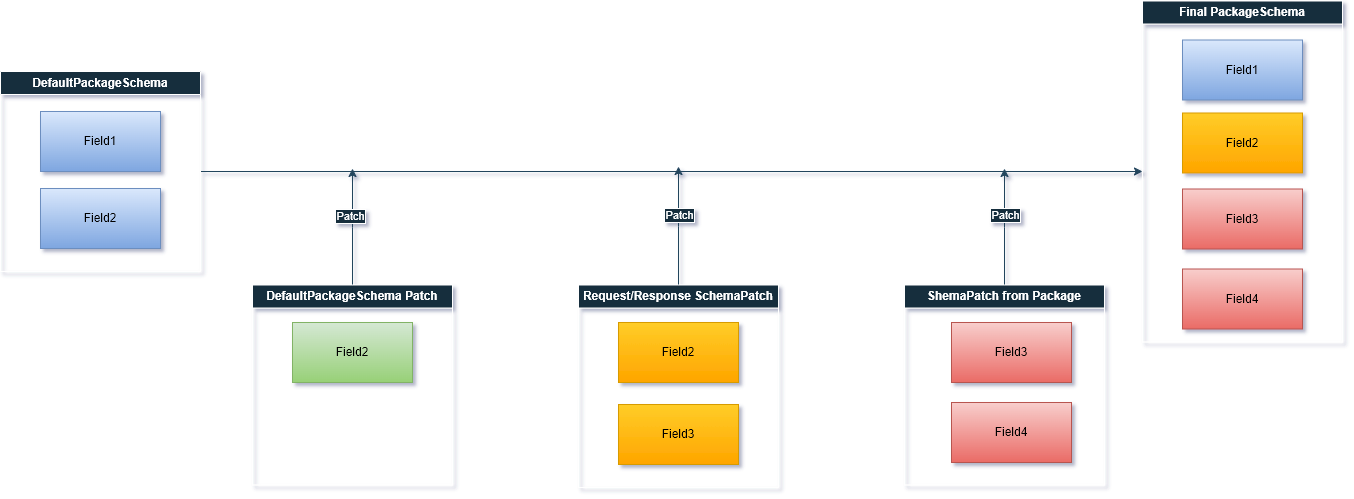
Before: docs/2-essentials/images/package-schema-patch.drawio.png, a diagram exported from draw.io (VasiliyKolihalov/FatNetLib). Source tidied: cells renumbered, new cells last; positions are measured from the earlier drawing's top-left corner, leaving out a move shared by most shapes. The source it was exported from:
```xml
<mxGraphModel shadow="1">
  <root>
    <mxCell id="0" />
    <mxCell id="1" parent="0" />
    <mxCell id="2" style="edgeStyle=orthogonalEdgeStyle;rounded=0;jettySize=auto;html=1;exitX=1;exitY=0.5;exitDx=0;exitDy=0;entryX=0;entryY=0.5;entryDx=0;entryDy=0;strokeColor=#23445D;" parent="1" edge="1" source="3" target="14">
      <mxGeometry relative="1" as="geometry" />
    </mxCell>
    <mxCell id="3" value="DefaultPackageSchema" style="swimlane;whiteSpace=wrap;html=1;swimlaneLine=1;glass=0;shadow=0;rounded=0;labelBackgroundColor=none;fillColor=#182E3E;strokeColor=#FFFFFF;fontColor=#FFFFFF;startSize=23;" parent="1" vertex="1">
      <mxGeometry y="70" width="200" height="200" as="geometry" />
    </mxCell>
    <mxCell id="4" value="Field1" style="rounded=0;whiteSpace=wrap;html=1;labelBackgroundColor=none;fillColor=#dae8fc;strokeColor=#6c8ebf;gradientColor=#7ea6e0;" parent="3" vertex="1">
      <mxGeometry x="40" y="40" width="120" height="60" as="geometry" />
    </mxCell>
    <mxCell id="5" value="Field2" style="rounded=0;whiteSpace=wrap;html=1;labelBackgroundColor=none;fillColor=#dae8fc;strokeColor=#6c8ebf;gradientColor=#7ea6e0;" parent="3" vertex="1">
      <mxGeometry x="40" y="117" width="120" height="60" as="geometry" />
    </mxCell>
    <mxCell id="6" style="edgeStyle=orthogonalEdgeStyle;rounded=0;jettySize=auto;html=1;strokeColor=#23445D;" parent="1" edge="1" source="7">
      <mxGeometry relative="1" as="geometry">
        <mxPoint x="1004" y="167" as="targetPoint" />
      </mxGeometry>
    </mxCell>
    <mxCell id="7" value="ShemaPatch from Package" style="swimlane;whiteSpace=wrap;html=1;swimlaneLine=1;glass=0;shadow=0;rounded=0;labelBackgroundColor=none;fillColor=#182E3E;strokeColor=#FFFFFF;fontColor=#FFFFFF;" parent="1" vertex="1">
      <mxGeometry x="904" y="283.5" width="200" height="200" as="geometry" />
    </mxCell>
    <mxCell id="8" value="Field3" style="rounded=0;whiteSpace=wrap;html=1;labelBackgroundColor=none;fillColor=#f8cecc;strokeColor=#b85450;gradientColor=#ea6b66;" parent="7" vertex="1">
      <mxGeometry x="47" y="37.5" width="120" height="60" as="geometry" />
    </mxCell>
    <mxCell id="9" value="Field4" style="rounded=0;whiteSpace=wrap;html=1;labelBackgroundColor=none;fillColor=#f8cecc;strokeColor=#b85450;gradientColor=#ea6b66;" parent="7" vertex="1">
      <mxGeometry x="47" y="117.5" width="120" height="60" as="geometry" />
    </mxCell>
    <mxCell id="10" style="edgeStyle=orthogonalEdgeStyle;rounded=0;jettySize=auto;html=1;strokeColor=#23445D;" parent="1" edge="1" source="11">
      <mxGeometry relative="1" as="geometry">
        <mxPoint x="678" y="165" as="targetPoint" />
      </mxGeometry>
    </mxCell>
    <mxCell id="11" value="Request/Response SchemaPatch" style="swimlane;whiteSpace=wrap;html=1;swimlaneLine=1;glass=0;shadow=0;rounded=0;labelBackgroundColor=none;fillColor=#182E3E;strokeColor=#FFFFFF;fontColor=#FFFFFF;" parent="1" vertex="1">
      <mxGeometry x="578" y="283.5" width="200" height="202.5" as="geometry" />
    </mxCell>
    <mxCell id="12" value="Field2" style="rounded=0;whiteSpace=wrap;html=1;labelBackgroundColor=none;fillColor=#ffcd28;strokeColor=#d79b00;gradientColor=#ffa500;" parent="11" vertex="1">
      <mxGeometry x="40" y="37.5" width="120" height="60" as="geometry" />
    </mxCell>
    <mxCell id="13" value="Field3" style="rounded=0;whiteSpace=wrap;html=1;labelBackgroundColor=none;fillColor=#ffcd28;strokeColor=#d79b00;gradientColor=#ffa500;" parent="11" vertex="1">
      <mxGeometry x="40" y="119.5" width="120" height="60" as="geometry" />
    </mxCell>
    <mxCell id="14" value="Final PackageSchema" style="swimlane;whiteSpace=wrap;html=1;swimlaneLine=1;glass=0;shadow=0;rounded=0;labelBackgroundColor=none;fillColor=#182E3E;strokeColor=#FFFFFF;fontColor=#FFFFFF;" parent="1" vertex="1">
      <mxGeometry x="1142" y="-0.5" width="200" height="341" as="geometry" />
    </mxCell>
    <mxCell id="15" value="Field1" style="rounded=0;whiteSpace=wrap;html=1;labelBackgroundColor=none;fillColor=#dae8fc;strokeColor=#6c8ebf;gradientColor=#7ea6e0;" parent="14" vertex="1">
      <mxGeometry x="40" y="39" width="120" height="60" as="geometry" />
    </mxCell>
    <mxCell id="16" value="Field2" style="rounded=0;whiteSpace=wrap;html=1;labelBackgroundColor=none;fillColor=#ffcd28;strokeColor=#d79b00;gradientColor=#ffa500;" parent="14" vertex="1">
      <mxGeometry x="40" y="112" width="120" height="60" as="geometry" />
    </mxCell>
    <mxCell id="17" value="Field3" style="rounded=0;whiteSpace=wrap;html=1;labelBackgroundColor=none;fillColor=#f8cecc;strokeColor=#b85450;gradientColor=#ea6b66;" parent="14" vertex="1">
      <mxGeometry x="40" y="188" width="120" height="60" as="geometry" />
    </mxCell>
    <mxCell id="18" value="Field4" style="rounded=0;whiteSpace=wrap;html=1;labelBackgroundColor=none;fillColor=#f8cecc;strokeColor=#b85450;gradientColor=#ea6b66;" parent="14" vertex="1">
      <mxGeometry x="40" y="268" width="120" height="60" as="geometry" />
    </mxCell>
    <mxCell id="19" style="edgeStyle=orthogonalEdgeStyle;rounded=0;jettySize=auto;html=1;strokeColor=#23445D;" parent="1" edge="1" source="21">
      <mxGeometry relative="1" as="geometry">
        <mxPoint x="352" y="167" as="targetPoint" />
      </mxGeometry>
    </mxCell>
    <mxCell id="20" value="Patch" style="edgeLabel;html=1;align=center;verticalAlign=middle;fontColor=#FFFFFF;labelBackgroundColor=#182E3E;labelBorderColor=#FFFFFF;" parent="19" vertex="1">
      <mxGeometry x="0.1" y="-1" relative="1" as="geometry">
        <mxPoint x="-4" y="-5" as="offset" />
      </mxGeometry>
    </mxCell>
    <mxCell id="21" value="DefaultPackageSchema Patch" style="swimlane;whiteSpace=wrap;html=1;swimlaneLine=1;glass=0;shadow=0;rounded=0;labelBackgroundColor=none;fillColor=#182E3E;strokeColor=#FFFFFF;fontColor=#FFFFFF;" parent="1" vertex="1">
      <mxGeometry x="252" y="283.5" width="200" height="200" as="geometry" />
    </mxCell>
    <mxCell id="22" value="Field2" style="rounded=0;whiteSpace=wrap;html=1;labelBackgroundColor=none;fillColor=#d5e8d4;strokeColor=#82b366;gradientColor=#97d077;" parent="21" vertex="1">
      <mxGeometry x="40" y="37.5" width="120" height="60" as="geometry" />
    </mxCell>
    <mxCell id="23" value="Patch" style="edgeLabel;html=1;align=center;verticalAlign=middle;fontColor=#FFFFFF;labelBackgroundColor=#182E3E;labelBorderColor=#FFFFFF;" parent="1" vertex="1">
      <mxGeometry x="678" y="214" as="geometry" />
    </mxCell>
    <mxCell id="24" value="Patch" style="edgeLabel;html=1;align=center;verticalAlign=middle;fontColor=#FFFFFF;labelBackgroundColor=#182E3E;labelBorderColor=#FFFFFF;" parent="1" vertex="1">
      <mxGeometry x="1004" y="214" as="geometry" />
    </mxCell>
  </root>
</mxGraphModel>
```
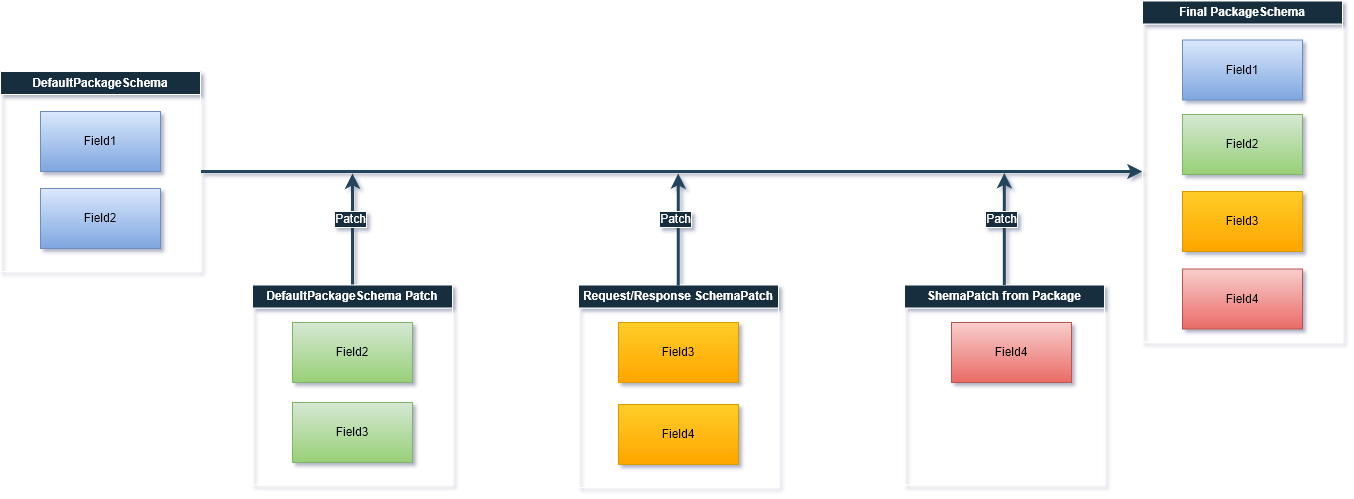
Later version of the same file.

The edit, as a diff of the source:
```diff
@@ -2,82 +2,88 @@
   <root>
     <mxCell id="0" />
     <mxCell id="1" parent="0" />
-    <mxCell id="2" style="edgeStyle=orthogonalEdgeStyle;rounded=0;jettySize=auto;html=1;exitX=1;exitY=0.5;exitDx=0;exitDy=0;entryX=0;entryY=0.5;entryDx=0;entryDy=0;strokeColor=#23445D;" parent="1" edge="1" source="3" target="14">
+    <mxCell id="2" style="edgeStyle=orthogonalEdgeStyle;rounded=0;jettySize=auto;html=1;exitX=1;exitY=0.5;exitDx=0;exitDy=0;entryX=0;entryY=0.5;entryDx=0;entryDy=0;strokeColor=#23445D;fontSize=12;strokeWidth=3;" parent="1" edge="1" source="3" target="14">
       <mxGeometry relative="1" as="geometry" />
     </mxCell>
-    <mxCell id="3" value="DefaultPackageSchema" style="swimlane;whiteSpace=wrap;html=1;swimlaneLine=1;glass=0;shadow=0;rounded=0;labelBackgroundColor=none;fillColor=#182E3E;strokeColor=#FFFFFF;fontColor=#FFFFFF;startSize=23;" parent="1" vertex="1">
+    <mxCell id="3" value="DefaultPackageSchema" style="swimlane;whiteSpace=wrap;html=1;swimlaneLine=1;glass=0;shadow=0;rounded=0;labelBackgroundColor=none;fillColor=#182E3E;strokeColor=#FFFFFF;fontColor=#FFFFFF;startSize=23;fontSize=12;" parent="1" vertex="1">
       <mxGeometry y="70" width="200" height="200" as="geometry" />
     </mxCell>
-    <mxCell id="4" value="Field1" style="rounded=0;whiteSpace=wrap;html=1;labelBackgroundColor=none;fillColor=#dae8fc;strokeColor=#6c8ebf;gradientColor=#7ea6e0;" parent="3" vertex="1">
+    <mxCell id="4" value="Field1" style="rounded=0;whiteSpace=wrap;html=1;labelBackgroundColor=none;fillColor=#dae8fc;strokeColor=#6c8ebf;gradientColor=#7ea6e0;fontSize=12;" parent="3" vertex="1">
       <mxGeometry x="40" y="40" width="120" height="60" as="geometry" />
     </mxCell>
-    <mxCell id="5" value="Field2" style="rounded=0;whiteSpace=wrap;html=1;labelBackgroundColor=none;fillColor=#dae8fc;strokeColor=#6c8ebf;gradientColor=#7ea6e0;" parent="3" vertex="1">
+    <mxCell id="5" value="Field2" style="rounded=0;whiteSpace=wrap;html=1;labelBackgroundColor=none;fillColor=#dae8fc;strokeColor=#6c8ebf;gradientColor=#7ea6e0;fontSize=12;" parent="3" vertex="1">
       <mxGeometry x="40" y="117" width="120" height="60" as="geometry" />
     </mxCell>
-    <mxCell id="6" style="edgeStyle=orthogonalEdgeStyle;rounded=0;jettySize=auto;html=1;strokeColor=#23445D;" parent="1" edge="1" source="7">
-      <mxGeometry relative="1" as="geometry">
-        <mxPoint x="1004" y="167" as="targetPoint" />
-      </mxGeometry>
-    </mxCell>
-    <mxCell id="7" value="ShemaPatch from Package" style="swimlane;whiteSpace=wrap;html=1;swimlaneLine=1;glass=0;shadow=0;rounded=0;labelBackgroundColor=none;fillColor=#182E3E;strokeColor=#FFFFFF;fontColor=#FFFFFF;" parent="1" vertex="1">
+    <mxCell id="7" value="ShemaPatch from Package" style="swimlane;whiteSpace=wrap;html=1;swimlaneLine=1;glass=0;shadow=0;rounded=0;labelBackgroundColor=none;fillColor=#182E3E;strokeColor=#FFFFFF;fontColor=#FFFFFF;fontSize=12;" parent="1" vertex="1">
       <mxGeometry x="904" y="283.5" width="200" height="200" as="geometry" />
     </mxCell>
-    <mxCell id="8" value="Field3" style="rounded=0;whiteSpace=wrap;html=1;labelBackgroundColor=none;fillColor=#f8cecc;strokeColor=#b85450;gradientColor=#ea6b66;" parent="7" vertex="1">
+    <mxCell id="8" value="Field4" style="rounded=0;whiteSpace=wrap;html=1;labelBackgroundColor=none;fillColor=#f8cecc;strokeColor=#b85450;gradientColor=#ea6b66;fontSize=12;" parent="7" vertex="1">
       <mxGeometry x="47" y="37.5" width="120" height="60" as="geometry" />
     </mxCell>
-    <mxCell id="9" value="Field4" style="rounded=0;whiteSpace=wrap;html=1;labelBackgroundColor=none;fillColor=#f8cecc;strokeColor=#b85450;gradientColor=#ea6b66;" parent="7" vertex="1">
-      <mxGeometry x="47" y="117.5" width="120" height="60" as="geometry" />
-    </mxCell>
-    <mxCell id="10" style="edgeStyle=orthogonalEdgeStyle;rounded=0;jettySize=auto;html=1;strokeColor=#23445D;" parent="1" edge="1" source="11">
-      <mxGeometry relative="1" as="geometry">
-        <mxPoint x="678" y="165" as="targetPoint" />
-      </mxGeometry>
-    </mxCell>
-    <mxCell id="11" value="Request/Response SchemaPatch" style="swimlane;whiteSpace=wrap;html=1;swimlaneLine=1;glass=0;shadow=0;rounded=0;labelBackgroundColor=none;fillColor=#182E3E;strokeColor=#FFFFFF;fontColor=#FFFFFF;" parent="1" vertex="1">
+    <mxCell id="11" value="Request/Response SchemaPatch" style="swimlane;whiteSpace=wrap;html=1;swimlaneLine=1;glass=0;shadow=0;rounded=0;labelBackgroundColor=none;fillColor=#182E3E;strokeColor=#FFFFFF;fontColor=#FFFFFF;fontSize=12;" parent="1" vertex="1">
       <mxGeometry x="578" y="283.5" width="200" height="202.5" as="geometry" />
     </mxCell>
-    <mxCell id="12" value="Field2" style="rounded=0;whiteSpace=wrap;html=1;labelBackgroundColor=none;fillColor=#ffcd28;strokeColor=#d79b00;gradientColor=#ffa500;" parent="11" vertex="1">
+    <mxCell id="12" value="Field3" style="rounded=0;whiteSpace=wrap;html=1;labelBackgroundColor=none;fillColor=#ffcd28;strokeColor=#d79b00;gradientColor=#ffa500;fontSize=12;" parent="11" vertex="1">
       <mxGeometry x="40" y="37.5" width="120" height="60" as="geometry" />
     </mxCell>
-    <mxCell id="13" value="Field3" style="rounded=0;whiteSpace=wrap;html=1;labelBackgroundColor=none;fillColor=#ffcd28;strokeColor=#d79b00;gradientColor=#ffa500;" parent="11" vertex="1">
+    <mxCell id="13" value="Field4" style="rounded=0;whiteSpace=wrap;html=1;labelBackgroundColor=none;fillColor=#ffcd28;strokeColor=#d79b00;gradientColor=#ffa500;fontSize=12;" parent="11" vertex="1">
       <mxGeometry x="40" y="119.5" width="120" height="60" as="geometry" />
     </mxCell>
-    <mxCell id="14" value="Final PackageSchema" style="swimlane;whiteSpace=wrap;html=1;swimlaneLine=1;glass=0;shadow=0;rounded=0;labelBackgroundColor=none;fillColor=#182E3E;strokeColor=#FFFFFF;fontColor=#FFFFFF;" parent="1" vertex="1">
+    <mxCell id="14" value="Final PackageSchema" style="swimlane;whiteSpace=wrap;html=1;swimlaneLine=1;glass=0;shadow=0;rounded=0;labelBackgroundColor=none;fillColor=#182E3E;strokeColor=#FFFFFF;fontColor=#FFFFFF;fontSize=12;" parent="1" vertex="1">
       <mxGeometry x="1142" y="-0.5" width="200" height="341" as="geometry" />
     </mxCell>
-    <mxCell id="15" value="Field1" style="rounded=0;whiteSpace=wrap;html=1;labelBackgroundColor=none;fillColor=#dae8fc;strokeColor=#6c8ebf;gradientColor=#7ea6e0;" parent="14" vertex="1">
+    <mxCell id="15" value="Field1" style="rounded=0;whiteSpace=wrap;html=1;labelBackgroundColor=none;fillColor=#dae8fc;strokeColor=#6c8ebf;gradientColor=#7ea6e0;fontSize=12;" parent="14" vertex="1">
       <mxGeometry x="40" y="39" width="120" height="60" as="geometry" />
     </mxCell>
+    <mxCell id="18" value="Field4" style="rounded=0;whiteSpace=wrap;html=1;labelBackgroundColor=none;fillColor=#f8cecc;strokeColor=#b85450;gradientColor=#ea6b66;fontSize=12;" parent="14" vertex="1">
+      <mxGeometry x="40" y="268" width="120" height="60" as="geometry" />
+    </mxCell>
-    <mxCell id="16" value="Field2" style="rounded=0;whiteSpace=wrap;html=1;labelBackgroundColor=none;fillColor=#ffcd28;strokeColor=#d79b00;gradientColor=#ffa500;" parent="14" vertex="1">
-      <mxGeometry x="40" y="112" width="120" height="60" as="geometry" />
+    <mxCell id="16" value="Field2" style="rounded=0;whiteSpace=wrap;html=1;labelBackgroundColor=none;fillColor=#d5e8d4;strokeColor=#82b366;gradientColor=#97d077;fontSize=12;" parent="14" vertex="1">
+      <mxGeometry x="40" y="113.5" width="120" height="60" as="geometry" />
     </mxCell>
-    <mxCell id="17" value="Field3" style="rounded=0;whiteSpace=wrap;html=1;labelBackgroundColor=none;fillColor=#f8cecc;strokeColor=#b85450;gradientColor=#ea6b66;" parent="14" vertex="1">
-      <mxGeometry x="40" y="188" width="120" height="60" as="geometry" />
-    </mxCell>
-    <mxCell id="18" value="Field4" style="rounded=0;whiteSpace=wrap;html=1;labelBackgroundColor=none;fillColor=#f8cecc;strokeColor=#b85450;gradientColor=#ea6b66;" parent="14" vertex="1">
-      <mxGeometry x="40" y="268" width="120" height="60" as="geometry" />
-    </mxCell>
+    <mxCell id="25" value="Field3" style="rounded=0;whiteSpace=wrap;html=1;labelBackgroundColor=none;fillColor=#ffcd28;strokeColor=#d79b00;gradientColor=#ffa500;fontSize=12;" parent="14" vertex="1">
+      <mxGeometry x="40" y="190.5" width="120" height="60" as="geometry" />
+    </mxCell>
-    <mxCell id="19" style="edgeStyle=orthogonalEdgeStyle;rounded=0;jettySize=auto;html=1;strokeColor=#23445D;" parent="1" edge="1" source="21">
+    <mxCell id="19" style="edgeStyle=orthogonalEdgeStyle;rounded=0;jettySize=auto;html=1;strokeColor=#23445D;fontSize=12;strokeWidth=3;" parent="1" edge="1" source="21">
       <mxGeometry relative="1" as="geometry">
-        <mxPoint x="352" y="167" as="targetPoint" />
+        <mxPoint x="352" y="172" as="targetPoint" />
       </mxGeometry>
     </mxCell>
-    <mxCell id="20" value="Patch" style="edgeLabel;html=1;align=center;verticalAlign=middle;fontColor=#FFFFFF;labelBackgroundColor=#182E3E;labelBorderColor=#FFFFFF;" parent="19" vertex="1">
+    <mxCell id="20" value="Patch" style="edgeLabel;html=1;align=center;verticalAlign=middle;fontColor=#FFFFFF;labelBackgroundColor=#182E3E;labelBorderColor=#FFFFFF;fontSize=12;" parent="19" vertex="1">
       <mxGeometry x="0.1" y="-1" relative="1" as="geometry">
         <mxPoint x="-4" y="-5" as="offset" />
       </mxGeometry>
     </mxCell>
-    <mxCell id="21" value="DefaultPackageSchema Patch" style="swimlane;whiteSpace=wrap;html=1;swimlaneLine=1;glass=0;shadow=0;rounded=0;labelBackgroundColor=none;fillColor=#182E3E;strokeColor=#FFFFFF;fontColor=#FFFFFF;" parent="1" vertex="1">
+    <mxCell id="21" value="DefaultPackageSchema Patch" style="swimlane;whiteSpace=wrap;html=1;swimlaneLine=1;glass=0;shadow=0;rounded=0;labelBackgroundColor=none;fillColor=#182E3E;strokeColor=#FFFFFF;fontColor=#FFFFFF;fontSize=12;" parent="1" vertex="1">
       <mxGeometry x="252" y="283.5" width="200" height="200" as="geometry" />
     </mxCell>
-    <mxCell id="22" value="Field2" style="rounded=0;whiteSpace=wrap;html=1;labelBackgroundColor=none;fillColor=#d5e8d4;strokeColor=#82b366;gradientColor=#97d077;" parent="21" vertex="1">
+    <mxCell id="22" value="Field2" style="rounded=0;whiteSpace=wrap;html=1;labelBackgroundColor=none;fillColor=#d5e8d4;strokeColor=#82b366;gradientColor=#97d077;fontSize=12;" parent="21" vertex="1">
       <mxGeometry x="40" y="37.5" width="120" height="60" as="geometry" />
     </mxCell>
-    <mxCell id="23" value="Patch" style="edgeLabel;html=1;align=center;verticalAlign=middle;fontColor=#FFFFFF;labelBackgroundColor=#182E3E;labelBorderColor=#FFFFFF;" parent="1" vertex="1">
-      <mxGeometry x="678" y="214" as="geometry" />
-    </mxCell>
-    <mxCell id="24" value="Patch" style="edgeLabel;html=1;align=center;verticalAlign=middle;fontColor=#FFFFFF;labelBackgroundColor=#182E3E;labelBorderColor=#FFFFFF;" parent="1" vertex="1">
-      <mxGeometry x="1004" y="214" as="geometry" />
-    </mxCell>
+    <mxCell id="26" value="Field3" style="rounded=0;whiteSpace=wrap;html=1;labelBackgroundColor=none;fillColor=#d5e8d4;strokeColor=#82b366;gradientColor=#97d077;fontSize=12;" parent="21" vertex="1">
+      <mxGeometry x="40" y="117.5" width="120" height="60" as="geometry" />
+    </mxCell>
+    <mxCell id="27" style="edgeStyle=orthogonalEdgeStyle;rounded=0;orthogonalLoop=1;jettySize=auto;html=1;strokeColor=#23445D;fontSize=12;strokeWidth=3;" parent="1" edge="1">
+      <mxGeometry relative="1" as="geometry">
+        <mxPoint x="677.8" y="284" as="sourcePoint" />
+        <mxPoint x="677.8" y="172" as="targetPoint" />
+      </mxGeometry>
+    </mxCell>
+    <mxCell id="28" value="Patch" style="edgeLabel;html=1;align=center;verticalAlign=middle;fontColor=#FFFFFF;labelBackgroundColor=#182E3E;labelBorderColor=#FFFFFF;fontSize=12;" parent="27" vertex="1">
+      <mxGeometry x="0.1" y="-1" relative="1" as="geometry">
+        <mxPoint x="-4" y="-5" as="offset" />
+      </mxGeometry>
+    </mxCell>
+    <mxCell id="29" style="edgeStyle=orthogonalEdgeStyle;rounded=0;orthogonalLoop=1;jettySize=auto;html=1;strokeColor=#23445D;fontSize=12;strokeWidth=3;" parent="1" edge="1">
+      <mxGeometry relative="1" as="geometry">
+        <mxPoint x="1003.8" y="283.5" as="sourcePoint" />
+        <mxPoint x="1003.8" y="171.5" as="targetPoint" />
+      </mxGeometry>
+    </mxCell>
+    <mxCell id="30" value="Patch" style="edgeLabel;html=1;align=center;verticalAlign=middle;fontColor=#FFFFFF;labelBackgroundColor=#182E3E;labelBorderColor=#FFFFFF;fontSize=12;" parent="29" vertex="1">
+      <mxGeometry x="0.1" y="-1" relative="1" as="geometry">
+        <mxPoint x="-4" y="-5" as="offset" />
+      </mxGeometry>
+    </mxCell>
   </root>
 </mxGraphModel>
```
